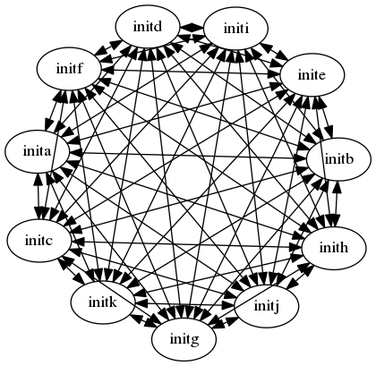
Above: mesh.png in EOSIO/eos (Graphviz), before the change. Its source is kept beside it as mesh.dot. The source it was exported from:
```dot
digraph G
{
  inita->initb [dir="both"]
  inita->initc [dir="both"]
  inita->initd [dir="both"]
  inita->inite [dir="both"]
  inita->initf [dir="both"]
  inita->initg [dir="both"]
  inita->inith [dir="both"]
  inita->initi [dir="both"]
  inita->initj [dir="both"]
  inita->initk [dir="both"]

  initb->initc [dir="both"]
  initb->initd [dir="both"]
  initb->inite [dir="both"]
  initb->initf [dir="both"]
  initb->initg [dir="both"]
  initb->inith [dir="both"]
  initb->initi [dir="both"]
  initb->initj [dir="both"]
  initb->initk [dir="both"]

  initc->initd [dir="both"]
  initc->inite [dir="both"]
  initc->initf [dir="both"]
  initc->initg [dir="both"]
  initc->inith [dir="both"]
  initc->initi [dir="both"]
  initc->initj [dir="both"]
  initc->initk [dir="both"]

  initd->inite [dir="both"]
  initd->initf [dir="both"]
  initd->initg [dir="both"]
  initd->inith [dir="both"]
  initd->initi [dir="both"]
  initd->initj [dir="both"]
  initd->initk [dir="both"]

  inite->initf [dir="both"]
  inite->initg [dir="both"]
  inite->inith [dir="both"]
  inite->initi [dir="both"]
  inite->initj [dir="both"]
  inite->initk [dir="both"]

  initf->initg [dir="both"]
  initf->inith [dir="both"]
  initf->initi [dir="both"]
  initf->initj [dir="both"]
  initf->initk [dir="both"]

  initg->inith [dir="both"]
  initg->initi [dir="both"]
  initg->initj [dir="both"]
  initg->initk [dir="both"]

  inith->initi [dir="both"]
  inith->initj [dir="both"]
  inith->initk [dir="both"]

  initi->initj [dir="both"]
  initi->initk [dir="both"]

  initj->initk [dir="both"]
}
```
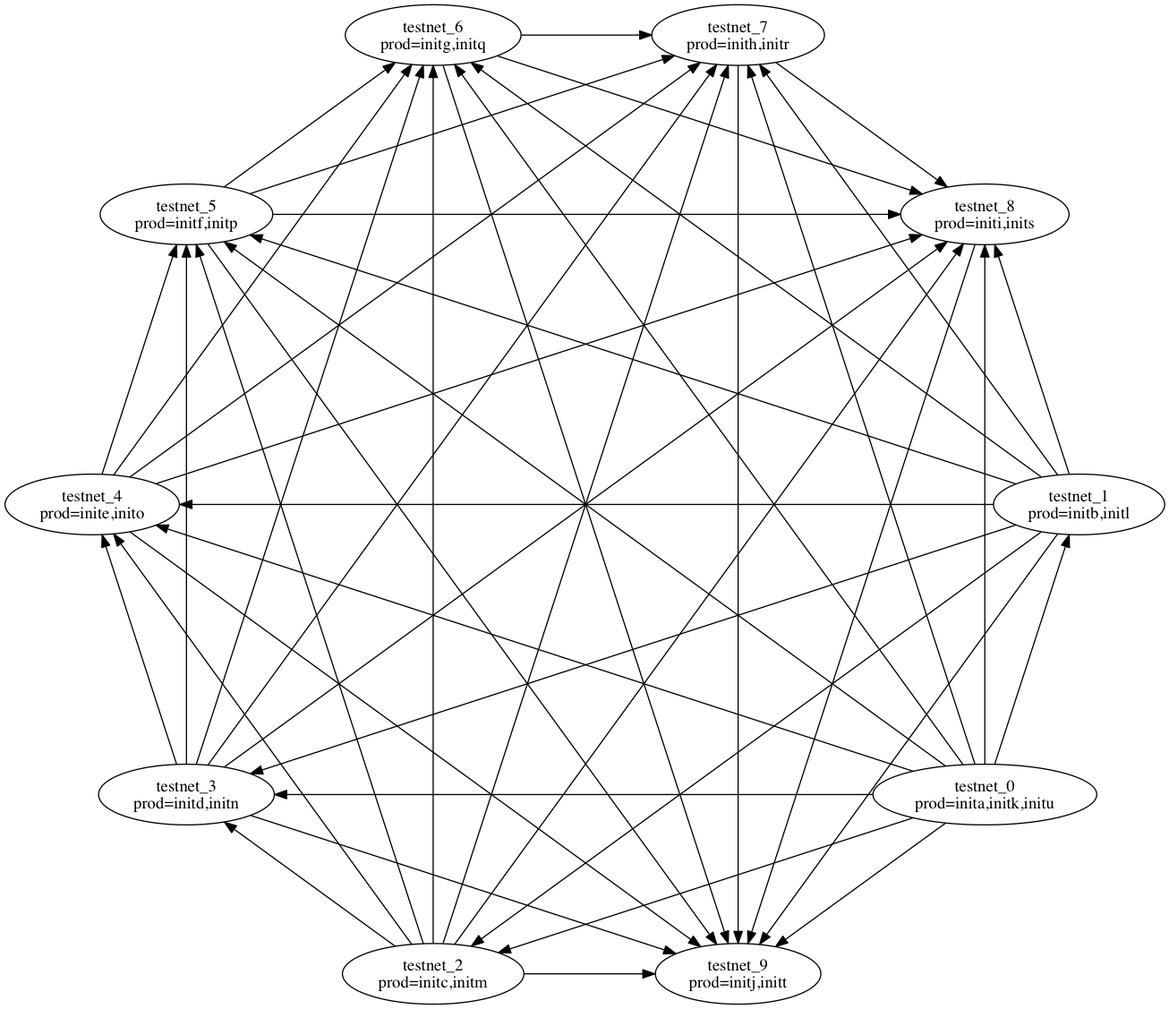
The same diagram one commit later.

Diff of the diagram source:
```diff
@@ -1,67 +1,49 @@
 digraph G
 {
-  inita->initb [dir="both"]
-  inita->initc [dir="both"]
-  inita->initd [dir="both"]
-  inita->inite [dir="both"]
-  inita->initf [dir="both"]
-  inita->initg [dir="both"]
-  inita->inith [dir="both"]
-  inita->initi [dir="both"]
-  inita->initj [dir="both"]
-  inita->initk [dir="both"]
-
-  initb->initc [dir="both"]
-  initb->initd [dir="both"]
-  initb->inite [dir="both"]
-  initb->initf [dir="both"]
-  initb->initg [dir="both"]
-  initb->inith [dir="both"]
-  initb->initi [dir="both"]
-  initb->initj [dir="both"]
-  initb->initk [dir="both"]
-
-  initc->initd [dir="both"]
-  initc->inite [dir="both"]
-  initc->initf [dir="both"]
-  initc->initg [dir="both"]
-  initc->inith [dir="both"]
-  initc->initi [dir="both"]
-  initc->initj [dir="both"]
-  initc->initk [dir="both"]
-
-  initd->inite [dir="both"]
-  initd->initf [dir="both"]
-  initd->initg [dir="both"]
-  initd->inith [dir="both"]
-  initd->initi [dir="both"]
-  initd->initj [dir="both"]
-  initd->initk [dir="both"]
-
-  inite->initf [dir="both"]
-  inite->initg [dir="both"]
-  inite->inith [dir="both"]
-  inite->initi [dir="both"]
-  inite->initj [dir="both"]
-  inite->initk [dir="both"]
-
-  initf->initg [dir="both"]
-  initf->inith [dir="both"]
-  initf->initi [dir="both"]
-  initf->initj [dir="both"]
-  initf->initk [dir="both"]
-
-  initg->inith [dir="both"]
-  initg->initi [dir="both"]
-  initg->initj [dir="both"]
-  initg->initk [dir="both"]
-
-  inith->initi [dir="both"]
-  inith->initj [dir="both"]
-  inith->initk [dir="both"]
-
-  initi->initj [dir="both"]
-  initi->initk [dir="both"]
-
-  initj->initk [dir="both"]
+layout="circo";
+"testnet_0\nprod=inita,initk,initu"->"testnet_1\nprod=initb,initl" [dir="forward"];
+"testnet_0\nprod=inita,initk,initu"->"testnet_2\nprod=initc,initm" [dir="forward"];
+"testnet_0\nprod=inita,initk,initu"->"testnet_3\nprod=initd,initn" [dir="forward"];
+"testnet_0\nprod=inita,initk,initu"->"testnet_4\nprod=inite,inito" [dir="forward"];
+"testnet_0\nprod=inita,initk,initu"->"testnet_5\nprod=initf,initp" [dir="forward"];
+"testnet_0\nprod=inita,initk,initu"->"testnet_6\nprod=initg,initq" [dir="forward"];
+"testnet_0\nprod=inita,initk,initu"->"testnet_7\nprod=inith,initr" [dir="forward"];
+"testnet_0\nprod=inita,initk,initu"->"testnet_8\nprod=initi,inits" [dir="forward"];
+"testnet_0\nprod=inita,initk,initu"->"testnet_9\nprod=initj,initt" [dir="forward"];
+"testnet_1\nprod=initb,initl"->"testnet_2\nprod=initc,initm" [dir="forward"];
+"testnet_1\nprod=initb,initl"->"testnet_3\nprod=initd,initn" [dir="forward"];
+"testnet_1\nprod=initb,initl"->"testnet_4\nprod=inite,inito" [dir="forward"];
+"testnet_1\nprod=initb,initl"->"testnet_5\nprod=initf,initp" [dir="forward"];
+"testnet_1\nprod=initb,initl"->"testnet_6\nprod=initg,initq" [dir="forward"];
+"testnet_1\nprod=initb,initl"->"testnet_7\nprod=inith,initr" [dir="forward"];
+"testnet_1\nprod=initb,initl"->"testnet_8\nprod=initi,inits" [dir="forward"];
+"testnet_1\nprod=initb,initl"->"testnet_9\nprod=initj,initt" [dir="forward"];
+"testnet_2\nprod=initc,initm"->"testnet_3\nprod=initd,initn" [dir="forward"];
+"testnet_2\nprod=initc,initm"->"testnet_4\nprod=inite,inito" [dir="forward"];
+"testnet_2\nprod=initc,initm"->"testnet_5\nprod=initf,initp" [dir="forward"];
+"testnet_2\nprod=initc,initm"->"testnet_6\nprod=initg,initq" [dir="forward"];
+"testnet_2\nprod=initc,initm"->"testnet_7\nprod=inith,initr" [dir="forward"];
+"testnet_2\nprod=initc,initm"->"testnet_8\nprod=initi,inits" [dir="forward"];
+"testnet_2\nprod=initc,initm"->"testnet_9\nprod=initj,initt" [dir="forward"];
+"testnet_3\nprod=initd,initn"->"testnet_4\nprod=inite,inito" [dir="forward"];
+"testnet_3\nprod=initd,initn"->"testnet_5\nprod=initf,initp" [dir="forward"];
+"testnet_3\nprod=initd,initn"->"testnet_6\nprod=initg,initq" [dir="forward"];
+"testnet_3\nprod=initd,initn"->"testnet_7\nprod=inith,initr" [dir="forward"];
+"testnet_3\nprod=initd,initn"->"testnet_8\nprod=initi,inits" [dir="forward"];
+"testnet_3\nprod=initd,initn"->"testnet_9\nprod=initj,initt" [dir="forward"];
+"testnet_4\nprod=inite,inito"->"testnet_5\nprod=initf,initp" [dir="forward"];
+"testnet_4\nprod=inite,inito"->"testnet_6\nprod=initg,initq" [dir="forward"];
+"testnet_4\nprod=inite,inito"->"testnet_7\nprod=inith,initr" [dir="forward"];
+"testnet_4\nprod=inite,inito"->"testnet_8\nprod=initi,inits" [dir="forward"];
+"testnet_4\nprod=inite,inito"->"testnet_9\nprod=initj,initt" [dir="forward"];
+"testnet_5\nprod=initf,initp"->"testnet_6\nprod=initg,initq" [dir="forward"];
+"testnet_5\nprod=initf,initp"->"testnet_7\nprod=inith,initr" [dir="forward"];
+"testnet_5\nprod=initf,initp"->"testnet_8\nprod=initi,inits" [dir="forward"];
+"testnet_5\nprod=initf,initp"->"testnet_9\nprod=initj,initt" [dir="forward"];
+"testnet_6\nprod=initg,initq"->"testnet_7\nprod=inith,initr" [dir="forward"];
+"testnet_6\nprod=initg,initq"->"testnet_8\nprod=initi,inits" [dir="forward"];
+"testnet_6\nprod=initg,initq"->"testnet_9\nprod=initj,initt" [dir="forward"];
+"testnet_7\nprod=inith,initr"->"testnet_8\nprod=initi,inits" [dir="forward"];
+"testnet_7\nprod=inith,initr"->"testnet_9\nprod=initj,initt" [dir="forward"];
+"testnet_8\nprod=initi,inits"->"testnet_9\nprod=initj,initt" [dir="forward"];
 }
```
